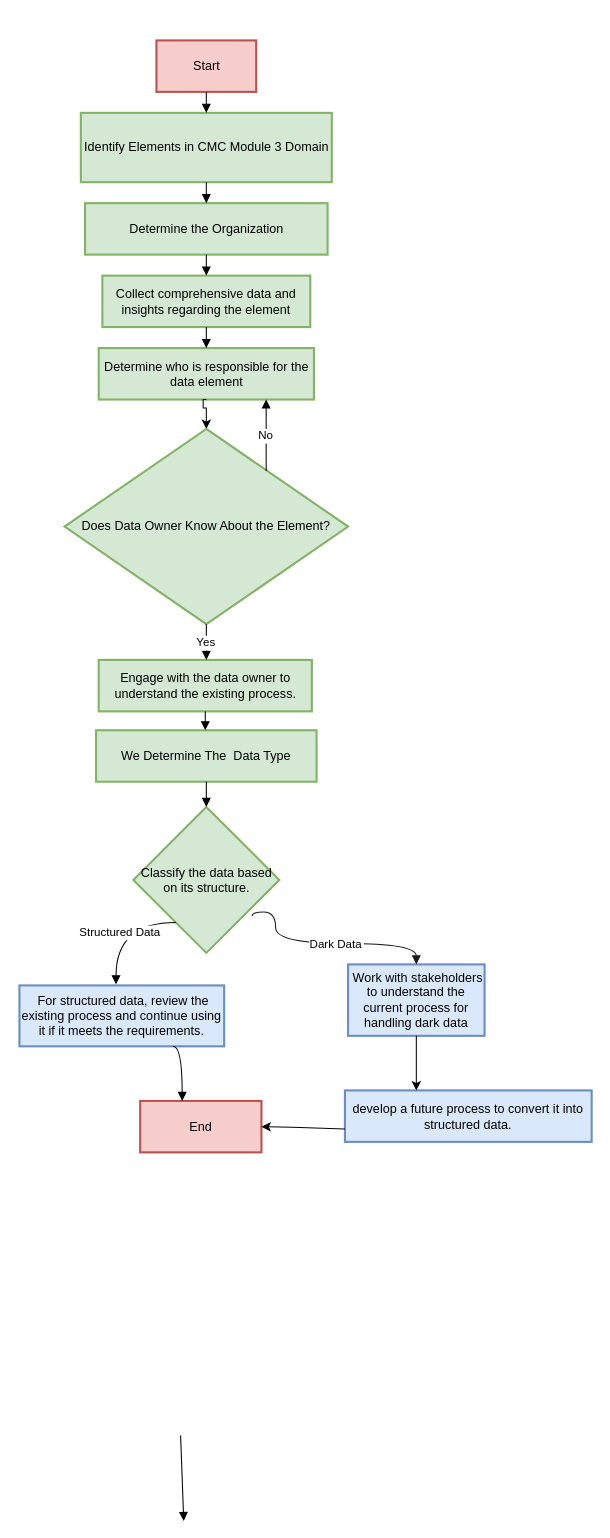
pavanaj007/pavanaj0071 keeps this draw.io diagram as a1.drawio. Above is the earlier version. Source tidied: cells renumbered, new cells numbered last; positions are measured from the earlier drawing's top-left corner, leaving out a move shared by most shapes. Both pictures are drawn from the tidied source at 105%, with x=0, y=0 at pixel (19, 40).
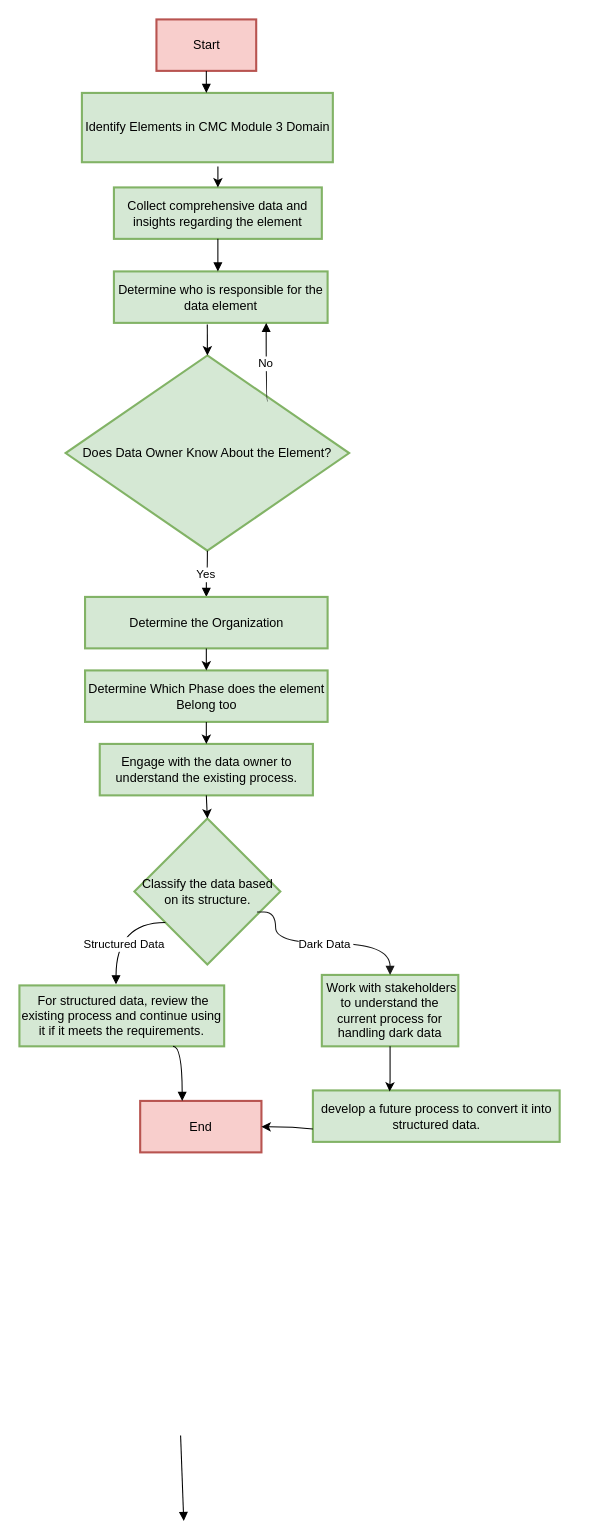
After the change.

Change to the diagram source:
```diff
@@
     <mxCell id="2" value="Start" style="whiteSpace=wrap;strokeWidth=2;fillColor=#f8cecc;strokeColor=#b85450;" parent="1" vertex="1">
-      <mxGeometry x="130.5" width="95" height="49" as="geometry" />
+      <mxGeometry x="130.5" y="-20" width="95" height="49" as="geometry" />
     </mxCell>
     <mxCell id="3" value="Identify Elements in CMC Module 3 Domain" style="whiteSpace=wrap;strokeWidth=2;fillColor=#d5e8d4;strokeColor=#82b366;fillStyle=solid;" parent="1" vertex="1">
-      <mxGeometry x="58.5" y="69" width="239" height="66" as="geometry" />
+      <mxGeometry x="59.5" y="50" width="239" height="66" as="geometry" />
     </mxCell>
-    <mxCell id="4" value="Determine the Organization" style="whiteSpace=wrap;strokeWidth=2;fillColor=#d5e8d4;strokeColor=#82b366;" parent="1" vertex="1">
-      <mxGeometry x="62.5" y="155" width="231" height="49" as="geometry" />
-    </mxCell>
     <mxCell id="5" value="Collect comprehensive data and insights regarding the element" style="whiteSpace=wrap;strokeWidth=2;fillColor=#d5e8d4;strokeColor=#82b366;fontStyle=0;" parent="1" vertex="1">
-      <mxGeometry x="79" y="224" width="198" height="49" as="geometry" />
+      <mxGeometry x="90" y="140" width="198" height="49" as="geometry" />
     </mxCell>
     <mxCell id="6" value="Determine who is responsible for the data element" style="whiteSpace=wrap;strokeWidth=2;fillColor=#d5e8d4;strokeColor=#82b366;" parent="1" vertex="1">
-      <mxGeometry x="75.5" y="293" width="205" height="49" as="geometry" />
+      <mxGeometry x="90" y="220" width="203.5" height="49" as="geometry" />
     </mxCell>
-    <mxCell id="7" style="edgeStyle=orthogonalEdgeStyle;rounded=0;jettySize=auto;html=1;exitX=0.5;exitY=1;exitDx=0;exitDy=0;entryX=0.5;entryY=0;entryDx=0;entryDy=0;" parent="1" edge="1" source="6" target="8">
-      <mxGeometry relative="1" as="geometry">
-        <Array as="points">
-          <mxPoint x="175" y="342" />
-          <mxPoint x="175" y="350" />
-          <mxPoint x="178" y="350" />
-        </Array>
-      </mxGeometry>
-    </mxCell>
     <mxCell id="8" value="Does Data Owner Know About the Element?" style="rhombus;strokeWidth=2;whiteSpace=wrap;fillColor=#d5e8d4;strokeColor=#82b366;" parent="1" vertex="1">
-      <mxGeometry x="43" y="370" width="270" height="186" as="geometry" />
+      <mxGeometry x="44" y="300" width="270" height="186" as="geometry" />
     </mxCell>
-    <mxCell id="9" value="Engage with the data owner to understand the existing process." style="whiteSpace=wrap;strokeWidth=2;fillColor=#d5e8d4;strokeColor=#82b366;" parent="1" vertex="1">
-      <mxGeometry x="75.5" y="590" width="203" height="49" as="geometry" />
-    </mxCell>
-    <mxCell id="10" value="We Determine The  Data Type" style="whiteSpace=wrap;strokeWidth=2;fillColor=#d5e8d4;strokeColor=#82b366;" parent="1" vertex="1">
-      <mxGeometry x="73" y="657" width="210" height="49" as="geometry" />
-    </mxCell>
     <mxCell id="11" value="Classify the data based on its structure." style="rhombus;strokeWidth=2;whiteSpace=wrap;fillColor=#d5e8d4;strokeColor=#82b366;" parent="1" vertex="1">
-      <mxGeometry x="108.5" y="730" width="139" height="139" as="geometry" />
+      <mxGeometry x="109.5" y="741" width="139" height="139" as="geometry" />
     </mxCell>
-    <mxCell id="12" value=" For structured data, review the existing process and continue using it if it meets the requirements." style="whiteSpace=wrap;strokeWidth=2;fillColor=#dae8fc;strokeColor=#6c8ebf;" parent="1" vertex="1">
+    <mxCell id="12" value=" For structured data, review the existing process and continue using it if it meets the requirements." style="whiteSpace=wrap;strokeWidth=2;fillColor=#d5e8d4;strokeColor=#82b366;" parent="1" vertex="1">
       <mxGeometry y="900" width="195" height="58" as="geometry" />
     </mxCell>
-    <mxCell id="13" value=" Work with stakeholders to understand the current process for handling dark data" style="whiteSpace=wrap;strokeWidth=2;fillColor=#dae8fc;strokeColor=#6c8ebf;" parent="1" vertex="1">
-      <mxGeometry x="313" y="880" width="130" height="68" as="geometry" />
+    <mxCell id="13" value=" Work with stakeholders to understand the current process for handling dark data" style="whiteSpace=wrap;strokeWidth=2;fillColor=#d5e8d4;strokeColor=#82b366;" parent="1" vertex="1">
+      <mxGeometry x="288" y="890" width="130" height="68" as="geometry" />
     </mxCell>
-    <mxCell id="14" value="develop a future process to convert it into structured data." style="whiteSpace=wrap;strokeWidth=2;fillColor=#dae8fc;strokeColor=#6c8ebf;" parent="1" vertex="1">
-      <mxGeometry x="310" y="1000" width="235" height="49" as="geometry" />
+    <mxCell id="14" value="develop a future process to convert it into structured data." style="whiteSpace=wrap;strokeWidth=2;fillColor=#d5e8d4;strokeColor=#82b366;" parent="1" vertex="1">
+      <mxGeometry x="279.5" y="1000" width="235" height="49" as="geometry" />
     </mxCell>
@@
-    <mxCell id="17" style="curved=1;startArrow=none;endArrow=block;rounded=0;edgeStyle=orthogonalEdgeStyle;" parent="1" edge="1" source="3" target="4">
-      <mxGeometry relative="1" as="geometry">
-        <Array as="points">
-          <mxPoint x="178" y="130" />
-          <mxPoint x="178" y="150" />
-        </Array>
-      </mxGeometry>
-    </mxCell>
-    <mxCell id="18" style="curved=1;startArrow=none;endArrow=block;rounded=0;edgeStyle=orthogonalEdgeStyle;" parent="1" edge="1" source="4" target="5">
-      <mxGeometry relative="1" as="geometry">
-        <Array as="points">
-          <mxPoint x="178" y="199" />
-          <mxPoint x="178" y="219" />
-        </Array>
-      </mxGeometry>
-    </mxCell>
@@
-    <mxCell id="20" value="Yes" style="curved=1;startArrow=none;endArrow=block;rounded=0;entryDx=0;entryDy=0;edgeStyle=orthogonalEdgeStyle;" parent="1" edge="1" source="8" target="9">
-      <mxGeometry relative="1" as="geometry">
-        <Array as="points">
-          <mxPoint x="178" y="543" />
-          <mxPoint x="178" y="563" />
-        </Array>
-      </mxGeometry>
+    <mxCell id="20" value="Yes" style="curved=1;startArrow=none;endArrow=block;rounded=0;entryDx=0;entryDy=0;edgeStyle=orthogonalEdgeStyle;entryX=0.5;entryY=0;exitX=0.5;exitY=1;exitDx=0;exitDy=0;" parent="1" edge="1" source="8" target="4">
+      <mxGeometry relative="1" as="geometry" />
     </mxCell>
-    <mxCell id="21" value="No" style="curved=1;startArrow=none;endArrow=block;rounded=0;edgeStyle=orthogonalEdgeStyle;" parent="1" edge="1" target="6">
+    <mxCell id="21" value="No" style="curved=1;startArrow=none;endArrow=block;rounded=0;edgeStyle=orthogonalEdgeStyle;exitX=0.712;exitY=0.235;exitDx=0;exitDy=0;exitPerimeter=0;" parent="1" edge="1" source="8" target="6">
       <mxGeometry relative="1" as="geometry">
-        <mxPoint x="235" y="410" as="sourcePoint" />
         <Array as="points">
-          <mxPoint x="235" y="360" />
-          <mxPoint x="235" y="360" />
+          <mxPoint x="235" y="344" />
         </Array>
       </mxGeometry>
     </mxCell>
-    <mxCell id="22" style="curved=1;startArrow=none;endArrow=block;rounded=0;edgeStyle=orthogonalEdgeStyle;" parent="1" edge="1" source="9" target="10">
-      <mxGeometry relative="1" as="geometry">
-        <Array as="points">
-          <mxPoint x="178" y="612" />
-          <mxPoint x="178" y="632" />
-        </Array>
-      </mxGeometry>
-    </mxCell>
-    <mxCell id="23" style="curved=1;startArrow=none;endArrow=block;rounded=0;edgeStyle=orthogonalEdgeStyle;" parent="1" edge="1" source="10" target="11">
-      <mxGeometry relative="1" as="geometry">
-        <Array as="points">
-          <mxPoint x="178" y="681" />
-          <mxPoint x="178" y="701" />
-        </Array>
-      </mxGeometry>
-    </mxCell>
     <mxCell id="24" value="Structured Data" style="curved=1;startArrow=none;endArrow=block;rounded=0;edgeStyle=orthogonalEdgeStyle;" parent="1" edge="1" source="11">
-      <mxGeometry x="-0.09" y="9" relative="1" as="geometry">
+      <mxGeometry x="0.26" y="8" relative="1" as="geometry">
         <mxPoint x="92" y="899" as="targetPoint" />
         <Array as="points">
           <mxPoint x="92" y="840" />
         </Array>
       </mxGeometry>
     </mxCell>
-    <mxCell id="25" value="Dark Data" style="curved=1;startArrow=none;endArrow=block;rounded=0;strokeColor=#1A1A1A;edgeStyle=orthogonalEdgeStyle;exitX=0.814;exitY=0.748;exitDx=0;exitDy=0;exitPerimeter=0;" parent="1" edge="1" source="11" target="13">
+    <mxCell id="25" value="Dark Data" style="curved=1;startArrow=none;endArrow=block;rounded=0;strokeColor=#1A1A1A;edgeStyle=orthogonalEdgeStyle;" parent="1" edge="1" target="13">
       <mxGeometry x="0.08" relative="1" as="geometry">
+        <mxPoint x="230" y="830" as="sourcePoint" />
         <Array as="points">
           <mxPoint x="222" y="830" />
           <mxPoint x="244" y="830" />
           <mxPoint x="244" y="860" />
           <mxPoint x="378" y="860" />
         </Array>
       </mxGeometry>
     </mxCell>
@@
-    <mxCell id="28" style="endArrow=classic;html=1;rounded=0;exitX=0.5;exitY=1;exitDx=0;exitDy=0;" parent="1" edge="1" source="13">
+    <mxCell id="28" style="endArrow=classic;html=1;rounded=0;exitX=0.5;exitY=1;exitDx=0;exitDy=0;entryX=0.311;entryY=0.022;entryDx=0;entryDy=0;entryPerimeter=0;" parent="1" edge="1" source="13" target="14">
       <mxGeometry relative="1" as="geometry">
-        <mxPoint x="378" y="1000" as="targetPoint" />
         <Array as="points">
-          <mxPoint x="378" y="980" />
+          <mxPoint x="353" y="990" />
         </Array>
       </mxGeometry>
     </mxCell>
@@
+    <mxCell id="9" value="Engage with the data owner to understand the existing process." style="whiteSpace=wrap;strokeWidth=2;fillColor=#d5e8d4;strokeColor=#82b366;" parent="1" vertex="1">
+      <mxGeometry x="76.5" y="670" width="203" height="49" as="geometry" />
+    </mxCell>
+    <mxCell id="4" value="Determine the Organization" style="whiteSpace=wrap;strokeWidth=2;fillColor=#d5e8d4;strokeColor=#82b366;" parent="1" vertex="1">
+      <mxGeometry x="62.5" y="530" width="231" height="49" as="geometry" />
+    </mxCell>
+    <mxCell id="30" style="endArrow=classic;html=1;rounded=0;exitX=0.5;exitY=1;exitDx=0;exitDy=0;entryX=0.5;entryY=0;entryDx=0;entryDy=0;" parent="1" edge="1" source="9" target="11">
+      <mxGeometry relative="1" as="geometry" />
+    </mxCell>
+    <mxCell id="7" style="endArrow=classic;html=1;rounded=0;entryX=0.5;entryY=0;entryDx=0;entryDy=0;exitX=0.437;exitY=1.03;exitDx=0;exitDy=0;exitPerimeter=0;" parent="1" edge="1" source="6" target="8">
+      <mxGeometry relative="1" as="geometry" />
+    </mxCell>
+    <mxCell id="31" value="Determine Which Phase does the element Belong too" style="whiteSpace=wrap;strokeWidth=2;fillColor=#d5e8d4;strokeColor=#82b366;" parent="1" vertex="1">
+      <mxGeometry x="62.5" y="600" width="231" height="49" as="geometry" />
+    </mxCell>
+    <mxCell id="32" style="endArrow=classic;html=1;rounded=0;entryX=0.5;entryY=0;entryDx=0;entryDy=0;exitX=0.542;exitY=1.061;exitDx=0;exitDy=0;exitPerimeter=0;" parent="1" edge="1" source="3" target="5">
+      <mxGeometry relative="1" as="geometry" />
+    </mxCell>
+    <mxCell id="33" style="endArrow=classic;html=1;rounded=0;entryX=0.5;entryY=0;entryDx=0;entryDy=0;exitX=0.5;exitY=1;exitDx=0;exitDy=0;" parent="1" edge="1" source="4" target="31">
+      <mxGeometry relative="1" as="geometry" />
+    </mxCell>
+    <mxCell id="34" style="endArrow=classic;html=1;rounded=0;entryX=0.5;entryY=0;entryDx=0;entryDy=0;exitX=0.5;exitY=1;exitDx=0;exitDy=0;" parent="1" edge="1" source="31" target="9">
+      <mxGeometry relative="1" as="geometry" />
+    </mxCell>
```
